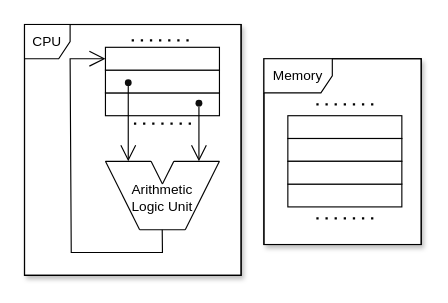
Earlier version of the draw.io diagram docs/diagrams/theory/load_store_architecture.drawio (silhavyj/ZeroMate). Source tidied: cells renumbered, new cells numbered last; positions are measured from the earlier drawing's top-left corner, leaving out a move shared by most shapes. Both pictures are drawn from the tidied source at 114%, with x=0, y=0 at pixel (24, 24).
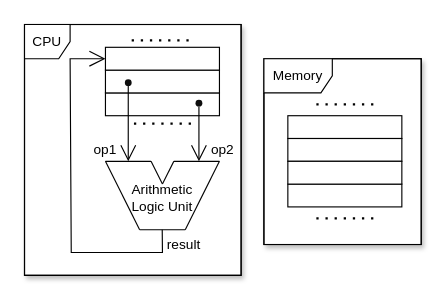
The same diagram, later.

Commit message (it also covers changes not shown here):
Modified UML diagrams

The edit, as a diff of the source:
```diff
@@
+    <mxCell id="30" value="result" style="text;html=1;strokeColor=none;fillColor=none;align=center;verticalAlign=middle;whiteSpace=wrap;rounded=0;fontFamily=Computer Modern;" parent="1" vertex="1">
+      <mxGeometry x="124.2" y="186" width="31.8" height="14" as="geometry" />
+    </mxCell>
+    <mxCell id="31" value="op1" style="text;html=1;strokeColor=none;fillColor=none;align=center;verticalAlign=middle;whiteSpace=wrap;rounded=0;fontFamily=Computer Modern;" parent="1" vertex="1">
+      <mxGeometry x="54.5" y="103" width="31.8" height="14" as="geometry" />
+    </mxCell>
+    <mxCell id="32" value="op2" style="text;html=1;strokeColor=none;fillColor=none;align=center;verticalAlign=middle;whiteSpace=wrap;rounded=0;fontFamily=Computer Modern;" parent="1" vertex="1">
+      <mxGeometry x="158.2" y="103" width="31.8" height="14" as="geometry" />
+    </mxCell>
```
